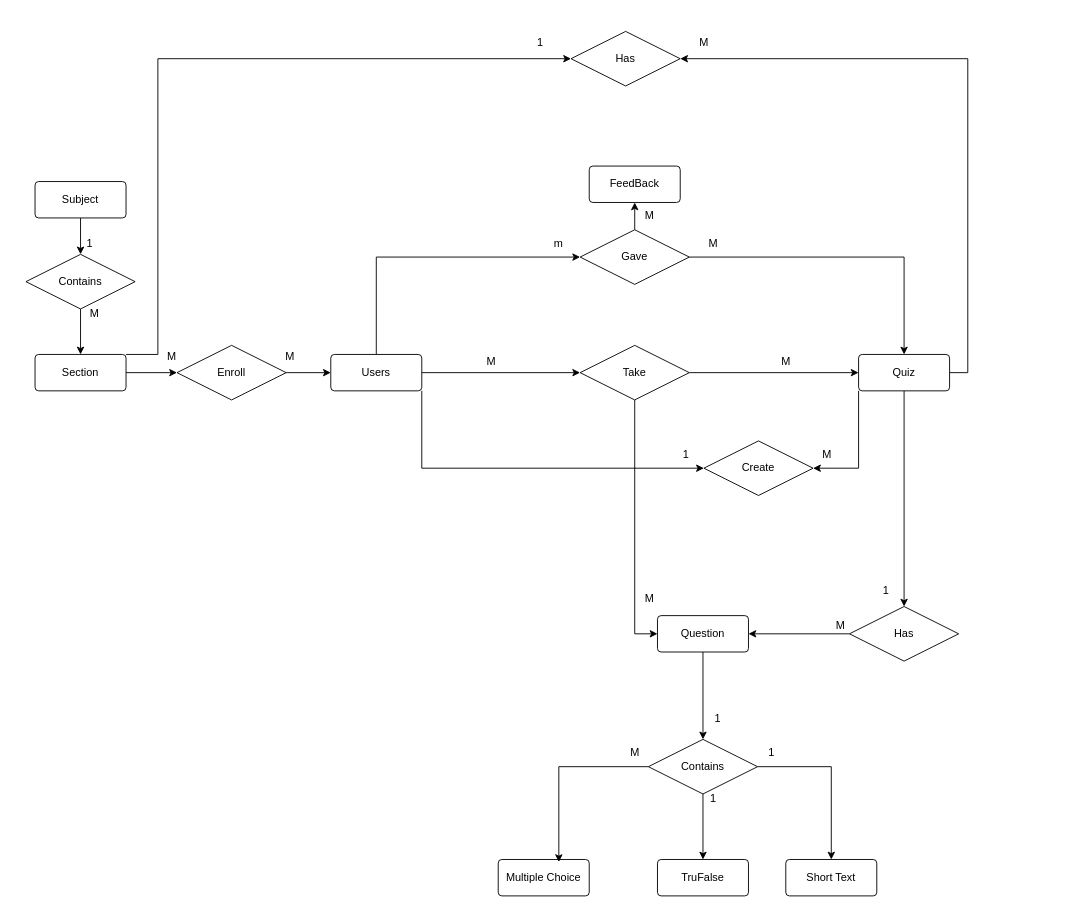
Before: ERD/QuizAura ERD Diagram.drawio in Mohamed-Fadel-10/NexaLearn-Platform, a draw.io diagram. Source tidied: cells renumbered, new cells numbered last; positions are measured from the earlier drawing's top-left corner, leaving out a move shared by most shapes. Both pictures are drawn from the tidied source at 91%, with x=0, y=0 at pixel (25, 29).
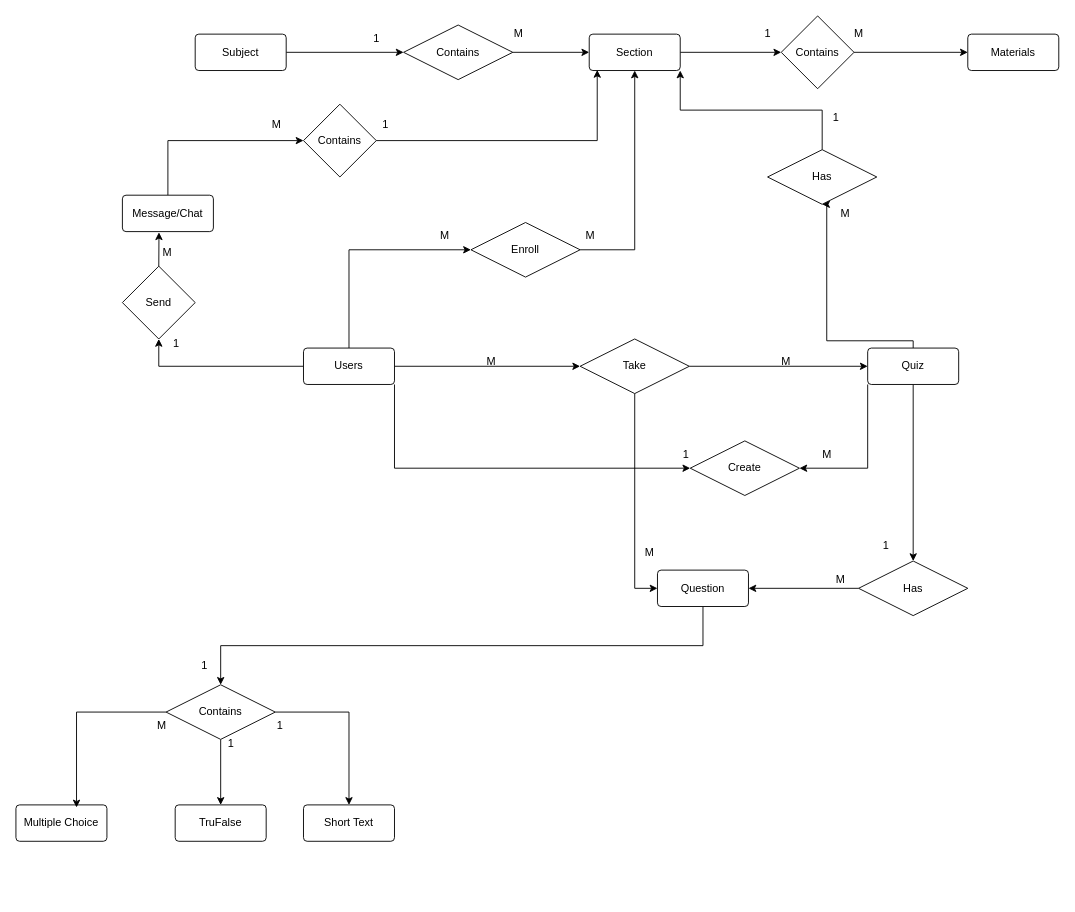
The same page after the edit.

Commit message (it also covers changes not shown here):
Last Commit after Publish

The edit, as a diff of the source:
```diff
@@
-    <mxCell id="4" style="edgeStyle=orthogonalEdgeStyle;rounded=0;jettySize=auto;html=1;exitX=0.5;exitY=0;exitDx=0;exitDy=0;entryX=0;entryY=0.5;entryDx=0;entryDy=0;" parent="1" edge="1" source="5" target="40">
-      <mxGeometry relative="1" as="geometry" />
-    </mxCell>
+    <mxCell id="59" style="edgeStyle=orthogonalEdgeStyle;rounded=0;jettySize=auto;html=1;exitX=0.5;exitY=0;exitDx=0;exitDy=0;entryX=0;entryY=0.5;entryDx=0;entryDy=0;" parent="1" edge="1" source="5" target="23">
+      <mxGeometry relative="1" as="geometry" />
+    </mxCell>
+    <mxCell id="60" style="edgeStyle=orthogonalEdgeStyle;rounded=0;jettySize=auto;html=1;exitX=0;exitY=0.5;exitDx=0;exitDy=0;entryX=0.5;entryY=1;entryDx=0;entryDy=0;" parent="1" edge="1" source="5" target="67">
+      <mxGeometry relative="1" as="geometry" />
+    </mxCell>
     <mxCell id="5" value="Users" style="rounded=1;arcSize=10;whiteSpace=wrap;html=1;align=center;" parent="1" vertex="1">
-      <mxGeometry x="335" y="357" width="100" height="40" as="geometry" />
+      <mxGeometry x="305" y="350" width="100" height="40" as="geometry" />
     </mxCell>
-    <mxCell id="6" style="edgeStyle=orthogonalEdgeStyle;rounded=0;jettySize=auto;html=1;exitX=0.5;exitY=1;exitDx=0;exitDy=0;" parent="1" edge="1" source="7" target="19">
+    <mxCell id="6" style="edgeStyle=orthogonalEdgeStyle;rounded=0;jettySize=auto;html=1;exitX=1;exitY=0.5;exitDx=0;exitDy=0;entryX=0;entryY=0.5;entryDx=0;entryDy=0;" parent="1" edge="1" source="7" target="19">
       <mxGeometry relative="1" as="geometry" />
     </mxCell>
     <mxCell id="7" value="Subject" style="rounded=1;arcSize=10;whiteSpace=wrap;html=1;align=center;" parent="1" vertex="1">
-      <mxGeometry x="10" y="167" width="100" height="40" as="geometry" />
+      <mxGeometry x="186" y="5" width="100" height="40" as="geometry" />
     </mxCell>
-    <mxCell id="8" style="edgeStyle=orthogonalEdgeStyle;rounded=0;jettySize=auto;html=1;exitX=1;exitY=0.5;exitDx=0;exitDy=0;" parent="1" edge="1" source="10" target="23">
-      <mxGeometry relative="1" as="geometry" />
-    </mxCell>
-    <mxCell id="9" style="edgeStyle=orthogonalEdgeStyle;rounded=0;jettySize=auto;html=1;exitX=1;exitY=0;exitDx=0;exitDy=0;entryX=0;entryY=0.5;entryDx=0;entryDy=0;" parent="1" edge="1" source="10" target="56">
-      <mxGeometry relative="1" as="geometry">
-        <Array as="points">
-          <mxPoint x="145" y="357" />
-          <mxPoint x="145" y="32" />
-        </Array>
-      </mxGeometry>
-    </mxCell>
+    <mxCell id="61" style="edgeStyle=orthogonalEdgeStyle;rounded=0;jettySize=auto;html=1;exitX=1;exitY=0.5;exitDx=0;exitDy=0;" parent="1" edge="1" source="10" target="77">
+      <mxGeometry relative="1" as="geometry" />
+    </mxCell>
     <mxCell id="10" value="Section" style="rounded=1;arcSize=10;whiteSpace=wrap;html=1;align=center;" parent="1" vertex="1">
-      <mxGeometry x="10" y="357" width="100" height="40" as="geometry" />
+      <mxGeometry x="619" y="5" width="100" height="40" as="geometry" />
     </mxCell>
@@
-    <mxCell id="13" style="edgeStyle=orthogonalEdgeStyle;rounded=0;jettySize=auto;html=1;exitX=1;exitY=0.5;exitDx=0;exitDy=0;" parent="1" edge="1" source="14" target="56">
+    <mxCell id="13" style="edgeStyle=orthogonalEdgeStyle;rounded=0;jettySize=auto;html=1;exitX=0.5;exitY=0;exitDx=0;exitDy=0;entryX=0.5;entryY=1;entryDx=0;entryDy=0;" parent="1" edge="1" source="14" target="56">
       <mxGeometry relative="1" as="geometry">
         <Array as="points">
-          <mxPoint x="1035" y="377" />
-          <mxPoint x="1035" y="32" />
+          <mxPoint x="975" y="342" />
+          <mxPoint x="880" y="342" />
         </Array>
       </mxGeometry>
     </mxCell>
     <mxCell id="14" value="Quiz" style="rounded=1;arcSize=10;whiteSpace=wrap;html=1;align=center;" parent="1" vertex="1">
-      <mxGeometry x="915" y="357" width="100" height="40" as="geometry" />
+      <mxGeometry x="925" y="350" width="100" height="40" as="geometry" />
     </mxCell>
-    <mxCell id="15" value="FeedBack" style="rounded=1;arcSize=10;whiteSpace=wrap;html=1;align=center;" parent="1" vertex="1">
-      <mxGeometry x="619" y="150" width="100" height="40" as="geometry" />
-    </mxCell>
@@
     <mxCell id="17" value="Question" style="rounded=1;arcSize=10;whiteSpace=wrap;html=1;align=center;" parent="1" vertex="1">
-      <mxGeometry x="694" y="644" width="100" height="40" as="geometry" />
+      <mxGeometry x="694" y="594" width="100" height="40" as="geometry" />
     </mxCell>
-    <mxCell id="18" style="edgeStyle=orthogonalEdgeStyle;rounded=0;jettySize=auto;html=1;exitX=0.5;exitY=1;exitDx=0;exitDy=0;" parent="1" edge="1" source="19" target="10">
+    <mxCell id="18" style="edgeStyle=orthogonalEdgeStyle;rounded=0;jettySize=auto;html=1;exitX=1;exitY=0.5;exitDx=0;exitDy=0;entryX=0;entryY=0.5;entryDx=0;entryDy=0;" parent="1" edge="1" source="19" target="10">
       <mxGeometry relative="1" as="geometry" />
     </mxCell>
     <mxCell id="19" value="Contains" style="shape=rhombus;perimeter=rhombusPerimeter;whiteSpace=wrap;html=1;align=center;" parent="1" vertex="1">
-      <mxGeometry y="247" width="120" height="60" as="geometry" />
+      <mxGeometry x="415" y="-5" width="120" height="60" as="geometry" />
     </mxCell>
-    <mxCell id="20" value="1" style="text;html=1;align=center;verticalAlign=middle;strokeColor=none;fillColor=none;" parent="1" vertex="1">
-      <mxGeometry x="55" y="220" width="30" height="30" as="geometry" />
-    </mxCell>
     <mxCell id="21" value="M" style="text;html=1;align=center;verticalAlign=middle;strokeColor=none;fillColor=none;" parent="1" vertex="1">
-      <mxGeometry x="60" y="297" width="30" height="30" as="geometry" />
+      <mxGeometry x="526" y="-10" width="30" height="30" as="geometry" />
     </mxCell>
-    <mxCell id="22" style="edgeStyle=orthogonalEdgeStyle;rounded=0;jettySize=auto;html=1;exitX=1;exitY=0.5;exitDx=0;exitDy=0;entryX=0;entryY=0.5;entryDx=0;entryDy=0;" parent="1" edge="1" source="23" target="5">
-      <mxGeometry relative="1" as="geometry" />
-    </mxCell>
+    <mxCell id="62" style="edgeStyle=orthogonalEdgeStyle;rounded=0;jettySize=auto;html=1;exitX=1;exitY=0.5;exitDx=0;exitDy=0;entryX=0.5;entryY=1;entryDx=0;entryDy=0;" parent="1" edge="1" source="23" target="10">
+      <mxGeometry relative="1" as="geometry" />
+    </mxCell>
     <mxCell id="23" value="Enroll" style="shape=rhombus;perimeter=rhombusPerimeter;whiteSpace=wrap;html=1;align=center;" parent="1" vertex="1">
-      <mxGeometry x="166" y="347" width="120" height="60" as="geometry" />
+      <mxGeometry x="489" y="212" width="120" height="60" as="geometry" />
     </mxCell>
     <mxCell id="24" value="M" style="text;html=1;align=center;verticalAlign=middle;strokeColor=none;fillColor=none;" parent="1" vertex="1">
-      <mxGeometry x="145" y="345" width="30" height="30" as="geometry" />
+      <mxGeometry x="605" y="212" width="30" height="30" as="geometry" />
     </mxCell>
     <mxCell id="25" value="M" style="text;html=1;align=center;verticalAlign=middle;strokeColor=none;fillColor=none;" parent="1" vertex="1">
-      <mxGeometry x="275" y="345" width="30" height="30" as="geometry" />
+      <mxGeometry x="445" y="212" width="30" height="30" as="geometry" />
     </mxCell>
@@
     <mxCell id="28" value="Take" style="shape=rhombus;perimeter=rhombusPerimeter;whiteSpace=wrap;html=1;align=center;" parent="1" vertex="1">
-      <mxGeometry x="609" y="347" width="120" height="60" as="geometry" />
+      <mxGeometry x="609" y="340" width="120" height="60" as="geometry" />
     </mxCell>
@@
     <mxCell id="31" value="Create" style="shape=rhombus;perimeter=rhombusPerimeter;whiteSpace=wrap;html=1;align=center;" parent="1" vertex="1">
-      <mxGeometry x="745" y="452" width="120" height="60" as="geometry" />
+      <mxGeometry x="730" y="452" width="120" height="60" as="geometry" />
     </mxCell>
@@
     <mxCell id="35" value="Has" style="shape=rhombus;perimeter=rhombusPerimeter;whiteSpace=wrap;html=1;align=center;" parent="1" vertex="1">
-      <mxGeometry x="905" y="634" width="120" height="60" as="geometry" />
+      <mxGeometry x="915" y="584" width="120" height="60" as="geometry" />
     </mxCell>
     <mxCell id="36" value="1" style="text;html=1;align=center;verticalAlign=middle;strokeColor=none;fillColor=none;" parent="1" vertex="1">
-      <mxGeometry x="930" y="602" width="30" height="30" as="geometry" />
+      <mxGeometry x="930" y="552" width="30" height="30" as="geometry" />
     </mxCell>
     <mxCell id="37" value="M" style="text;html=1;align=center;verticalAlign=middle;strokeColor=none;fillColor=none;" parent="1" vertex="1">
-      <mxGeometry x="880" y="640" width="30" height="30" as="geometry" />
+      <mxGeometry x="880" y="590" width="30" height="30" as="geometry" />
     </mxCell>
-    <mxCell id="38" style="edgeStyle=orthogonalEdgeStyle;rounded=0;jettySize=auto;html=1;exitX=0.5;exitY=0;exitDx=0;exitDy=0;entryX=0.5;entryY=1;entryDx=0;entryDy=0;" parent="1" edge="1" source="40" target="15">
-      <mxGeometry relative="1" as="geometry" />
-    </mxCell>
-    <mxCell id="39" style="edgeStyle=orthogonalEdgeStyle;rounded=0;jettySize=auto;html=1;exitX=1;exitY=0.5;exitDx=0;exitDy=0;" parent="1" edge="1" source="40" target="14">
-      <mxGeometry relative="1" as="geometry" />
-    </mxCell>
-    <mxCell id="40" value="Gave" style="shape=rhombus;perimeter=rhombusPerimeter;whiteSpace=wrap;html=1;align=center;" parent="1" vertex="1">
-      <mxGeometry x="609" y="220" width="120" height="60" as="geometry" />
-    </mxCell>
-    <mxCell id="41" value="M" style="text;html=1;align=center;verticalAlign=middle;strokeColor=none;fillColor=none;" parent="1" vertex="1">
-      <mxGeometry x="670" y="190" width="30" height="30" as="geometry" />
-    </mxCell>
-    <mxCell id="42" value="M" style="text;html=1;align=center;verticalAlign=middle;strokeColor=none;fillColor=none;" parent="1" vertex="1">
-      <mxGeometry x="740" y="220" width="30" height="30" as="geometry" />
-    </mxCell>
-    <mxCell id="43" value="m" style="text;html=1;align=center;verticalAlign=middle;strokeColor=none;fillColor=none;" parent="1" vertex="1">
-      <mxGeometry x="570" y="220" width="30" height="30" as="geometry" />
-    </mxCell>
     <mxCell id="44" value="Multiple Choice" style="rounded=1;arcSize=10;whiteSpace=wrap;html=1;align=center;" parent="1" vertex="1">
-      <mxGeometry x="519" y="912" width="100" height="40" as="geometry" />
+      <mxGeometry x="-11" y="852" width="100" height="40" as="geometry" />
     </mxCell>
@@
     <mxCell id="47" value="Contains" style="shape=rhombus;perimeter=rhombusPerimeter;whiteSpace=wrap;html=1;align=center;" parent="1" vertex="1">
-      <mxGeometry x="684" y="780" width="120" height="60" as="geometry" />
+      <mxGeometry x="154" y="720" width="120" height="60" as="geometry" />
     </mxCell>
@@
     <mxCell id="49" value="M" style="text;html=1;align=center;verticalAlign=middle;strokeColor=none;fillColor=none;" parent="1" vertex="1">
-      <mxGeometry x="654" y="780" width="30" height="30" as="geometry" />
+      <mxGeometry x="134" y="750" width="30" height="30" as="geometry" />
     </mxCell>
     <mxCell id="50" value="1" style="text;html=1;align=center;verticalAlign=middle;strokeColor=none;fillColor=none;" parent="1" vertex="1">
-      <mxGeometry x="745" y="742" width="30" height="30" as="geometry" />
+      <mxGeometry x="181" y="684" width="30" height="30" as="geometry" />
     </mxCell>
     <mxCell id="51" value="TruFalse" style="rounded=1;arcSize=10;whiteSpace=wrap;html=1;align=center;" parent="1" vertex="1">
-      <mxGeometry x="694" y="912" width="100" height="40" as="geometry" />
+      <mxGeometry x="164" y="852" width="100" height="40" as="geometry" />
     </mxCell>
     <mxCell id="52" value="Short Text" style="rounded=1;arcSize=10;whiteSpace=wrap;html=1;align=center;" parent="1" vertex="1">
-      <mxGeometry x="835" y="912" width="100" height="40" as="geometry" />
+      <mxGeometry x="305" y="852" width="100" height="40" as="geometry" />
     </mxCell>
     <mxCell id="53" value="1" style="text;html=1;align=center;verticalAlign=middle;strokeColor=none;fillColor=none;" parent="1" vertex="1">
-      <mxGeometry x="740" y="830" width="30" height="30" as="geometry" />
+      <mxGeometry x="210" y="770" width="30" height="30" as="geometry" />
     </mxCell>
     <mxCell id="54" value="1" style="text;html=1;align=center;verticalAlign=middle;strokeColor=none;fillColor=none;" parent="1" vertex="1">
-      <mxGeometry x="804" y="780" width="30" height="30" as="geometry" />
+      <mxGeometry x="264" y="750" width="30" height="30" as="geometry" />
     </mxCell>
     <mxCell id="55" value="M" style="text;html=1;align=center;verticalAlign=middle;strokeColor=none;fillColor=none;" parent="1" vertex="1">
-      <mxGeometry x="670" y="610" width="30" height="30" as="geometry" />
+      <mxGeometry x="670" y="560" width="30" height="30" as="geometry" />
     </mxCell>
+    <mxCell id="63" style="edgeStyle=orthogonalEdgeStyle;rounded=0;jettySize=auto;html=1;exitX=0.5;exitY=0;exitDx=0;exitDy=0;entryX=1;entryY=1;entryDx=0;entryDy=0;" parent="1" edge="1" source="56" target="10">
+      <mxGeometry relative="1" as="geometry" />
+    </mxCell>
     <mxCell id="56" value="Has" style="shape=rhombus;perimeter=rhombusPerimeter;whiteSpace=wrap;html=1;align=center;" parent="1" vertex="1">
-      <mxGeometry x="599" y="2" width="120" height="60" as="geometry" />
+      <mxGeometry x="815" y="132" width="120" height="60" as="geometry" />
     </mxCell>
     <mxCell id="57" value="M" style="text;html=1;align=center;verticalAlign=middle;strokeColor=none;fillColor=none;" parent="1" vertex="1">
-      <mxGeometry x="730" width="30" height="30" as="geometry" />
+      <mxGeometry x="885" y="187" width="30" height="30" as="geometry" />
     </mxCell>
     <mxCell id="58" value="1" style="text;html=1;align=center;verticalAlign=middle;strokeColor=none;fillColor=none;" parent="1" vertex="1">
-      <mxGeometry x="550" width="30" height="30" as="geometry" />
+      <mxGeometry x="875" y="82" width="30" height="30" as="geometry" />
     </mxCell>
+    <mxCell id="64" value="1" style="text;html=1;align=center;verticalAlign=middle;strokeColor=none;fillColor=none;" parent="1" vertex="1">
+      <mxGeometry x="370" y="-5" width="30" height="30" as="geometry" />
+    </mxCell>
+    <mxCell id="65" style="edgeStyle=orthogonalEdgeStyle;rounded=0;jettySize=auto;html=1;exitX=0.5;exitY=0;exitDx=0;exitDy=0;entryX=0;entryY=0.5;entryDx=0;entryDy=0;" parent="1" edge="1" source="66" target="71">
+      <mxGeometry relative="1" as="geometry" />
+    </mxCell>
+    <mxCell id="66" value="Message/Chat" style="rounded=1;arcSize=10;whiteSpace=wrap;html=1;align=center;" parent="1" vertex="1">
+      <mxGeometry x="106" y="182" width="100" height="40" as="geometry" />
+    </mxCell>
+    <mxCell id="67" value="Send" style="rhombus;whiteSpace=wrap;html=1;" parent="1" vertex="1">
+      <mxGeometry x="106" y="260" width="80" height="80" as="geometry" />
+    </mxCell>
+    <mxCell id="68" style="edgeStyle=orthogonalEdgeStyle;rounded=0;jettySize=auto;html=1;exitX=0.5;exitY=0;exitDx=0;exitDy=0;entryX=0.402;entryY=1.02;entryDx=0;entryDy=0;entryPerimeter=0;" parent="1" edge="1" source="67" target="66">
+      <mxGeometry relative="1" as="geometry" />
+    </mxCell>
+    <mxCell id="69" value="1" style="text;html=1;align=center;verticalAlign=middle;strokeColor=none;fillColor=none;" parent="1" vertex="1">
+      <mxGeometry x="150" y="330" width="30" height="30" as="geometry" />
+    </mxCell>
+    <mxCell id="70" value="M" style="text;html=1;align=center;verticalAlign=middle;strokeColor=none;fillColor=none;" parent="1" vertex="1">
+      <mxGeometry x="140" y="230" width="30" height="30" as="geometry" />
+    </mxCell>
+    <mxCell id="71" value="Contains" style="rhombus;whiteSpace=wrap;html=1;" parent="1" vertex="1">
+      <mxGeometry x="305" y="82" width="80" height="80" as="geometry" />
+    </mxCell>
+    <mxCell id="72" style="edgeStyle=orthogonalEdgeStyle;rounded=0;jettySize=auto;html=1;exitX=1;exitY=0.5;exitDx=0;exitDy=0;entryX=0.088;entryY=0.985;entryDx=0;entryDy=0;entryPerimeter=0;" parent="1" edge="1" source="71" target="10">
+      <mxGeometry relative="1" as="geometry" />
+    </mxCell>
+    <mxCell id="73" value="1" style="text;html=1;align=center;verticalAlign=middle;strokeColor=none;fillColor=none;" parent="1" vertex="1">
+      <mxGeometry x="380" y="90" width="30" height="30" as="geometry" />
+    </mxCell>
+    <mxCell id="74" value="M" style="text;html=1;align=center;verticalAlign=middle;strokeColor=none;fillColor=none;" parent="1" vertex="1">
+      <mxGeometry x="260" y="90" width="30" height="30" as="geometry" />
+    </mxCell>
+    <mxCell id="75" value="Materials" style="rounded=1;arcSize=10;whiteSpace=wrap;html=1;align=center;" parent="1" vertex="1">
+      <mxGeometry x="1035" y="5" width="100" height="40" as="geometry" />
+    </mxCell>
+    <mxCell id="76" style="edgeStyle=orthogonalEdgeStyle;rounded=0;jettySize=auto;html=1;exitX=1;exitY=0.5;exitDx=0;exitDy=0;" parent="1" edge="1" source="77" target="75">
+      <mxGeometry relative="1" as="geometry" />
+    </mxCell>
+    <mxCell id="77" value="Contains" style="rhombus;whiteSpace=wrap;html=1;" parent="1" vertex="1">
+      <mxGeometry x="830" y="-15" width="80" height="80" as="geometry" />
+    </mxCell>
+    <mxCell id="78" value="1" style="text;html=1;align=center;verticalAlign=middle;strokeColor=none;fillColor=none;" parent="1" vertex="1">
+      <mxGeometry x="800" y="-10" width="30" height="30" as="geometry" />
+    </mxCell>
+    <mxCell id="79" value="M" style="text;html=1;align=center;verticalAlign=middle;strokeColor=none;fillColor=none;" parent="1" vertex="1">
+      <mxGeometry x="900" y="-10" width="30" height="30" as="geometry" />
+    </mxCell>
```
